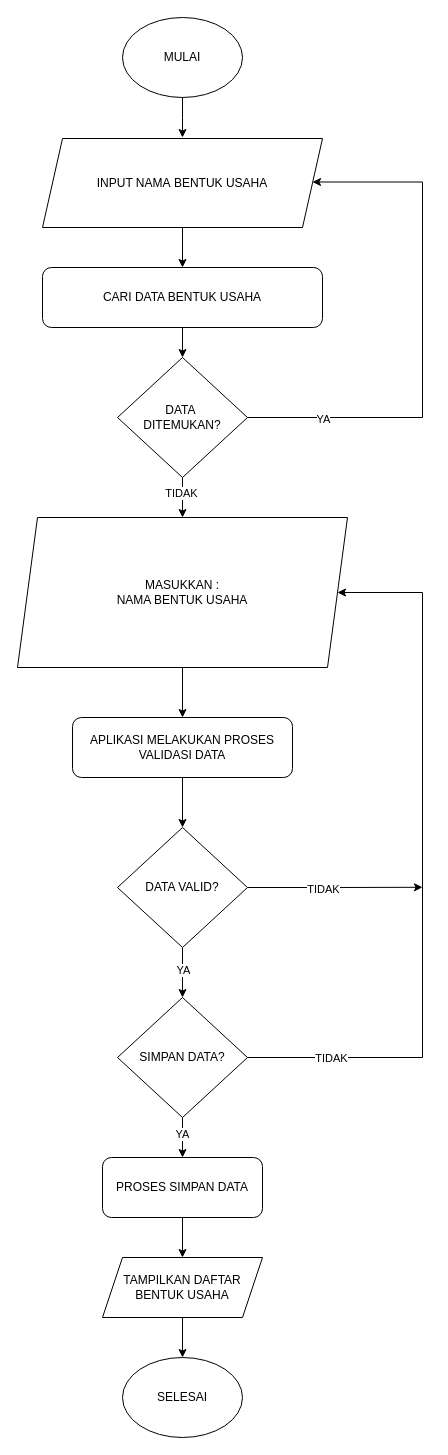
Earlier version of the draw.io diagram Flowchart Bentuk Usaha.drawio (Rafael2060/SUMMIT-UML). Source tidied: cells renumbered, new cells numbered last; positions are measured from the earlier drawing's top-left corner, leaving out a move shared by most shapes. Both pictures are drawn from the tidied source at 100%, with x=0, y=0 at pixel (17, 17).
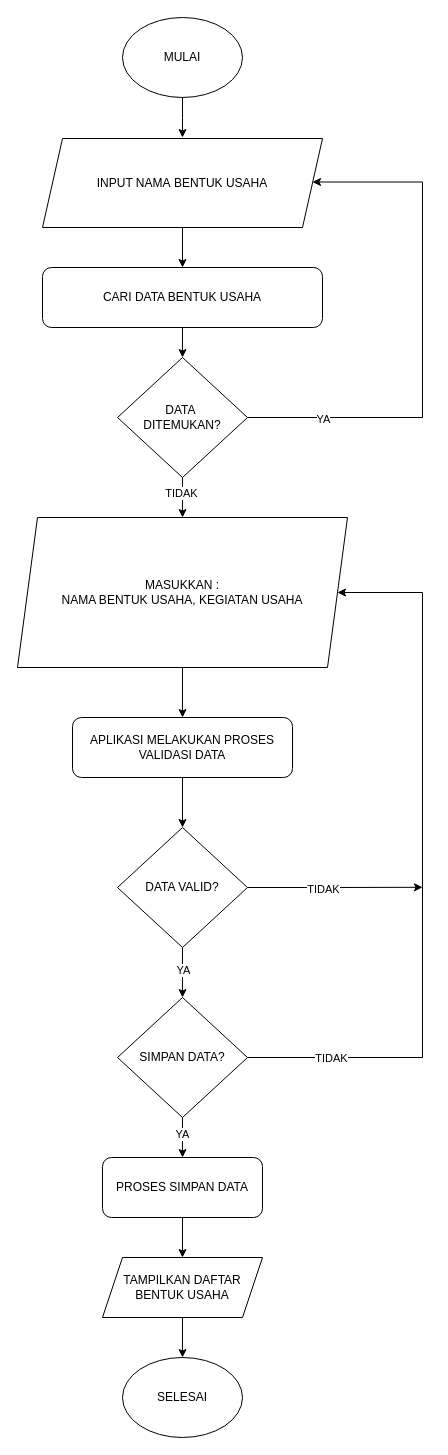
Above is the later version.

Diff of the diagram source:
```diff
@@
-    <mxCell id="31" value="MASUKKAN :&lt;br&gt;NAMA BENTUK USAHA" style="shape=parallelogram;perimeter=parallelogramPerimeter;whiteSpace=wrap;html=1;fixedSize=1;" parent="1" vertex="1">
+    <mxCell id="31" value="MASUKKAN :&lt;br&gt;NAMA BENTUK USAHA, KEGIATAN USAHA" style="shape=parallelogram;perimeter=parallelogramPerimeter;whiteSpace=wrap;html=1;fixedSize=1;" parent="1" vertex="1">
       <mxGeometry y="500" width="330" height="150" as="geometry" />
     </mxCell>
```
